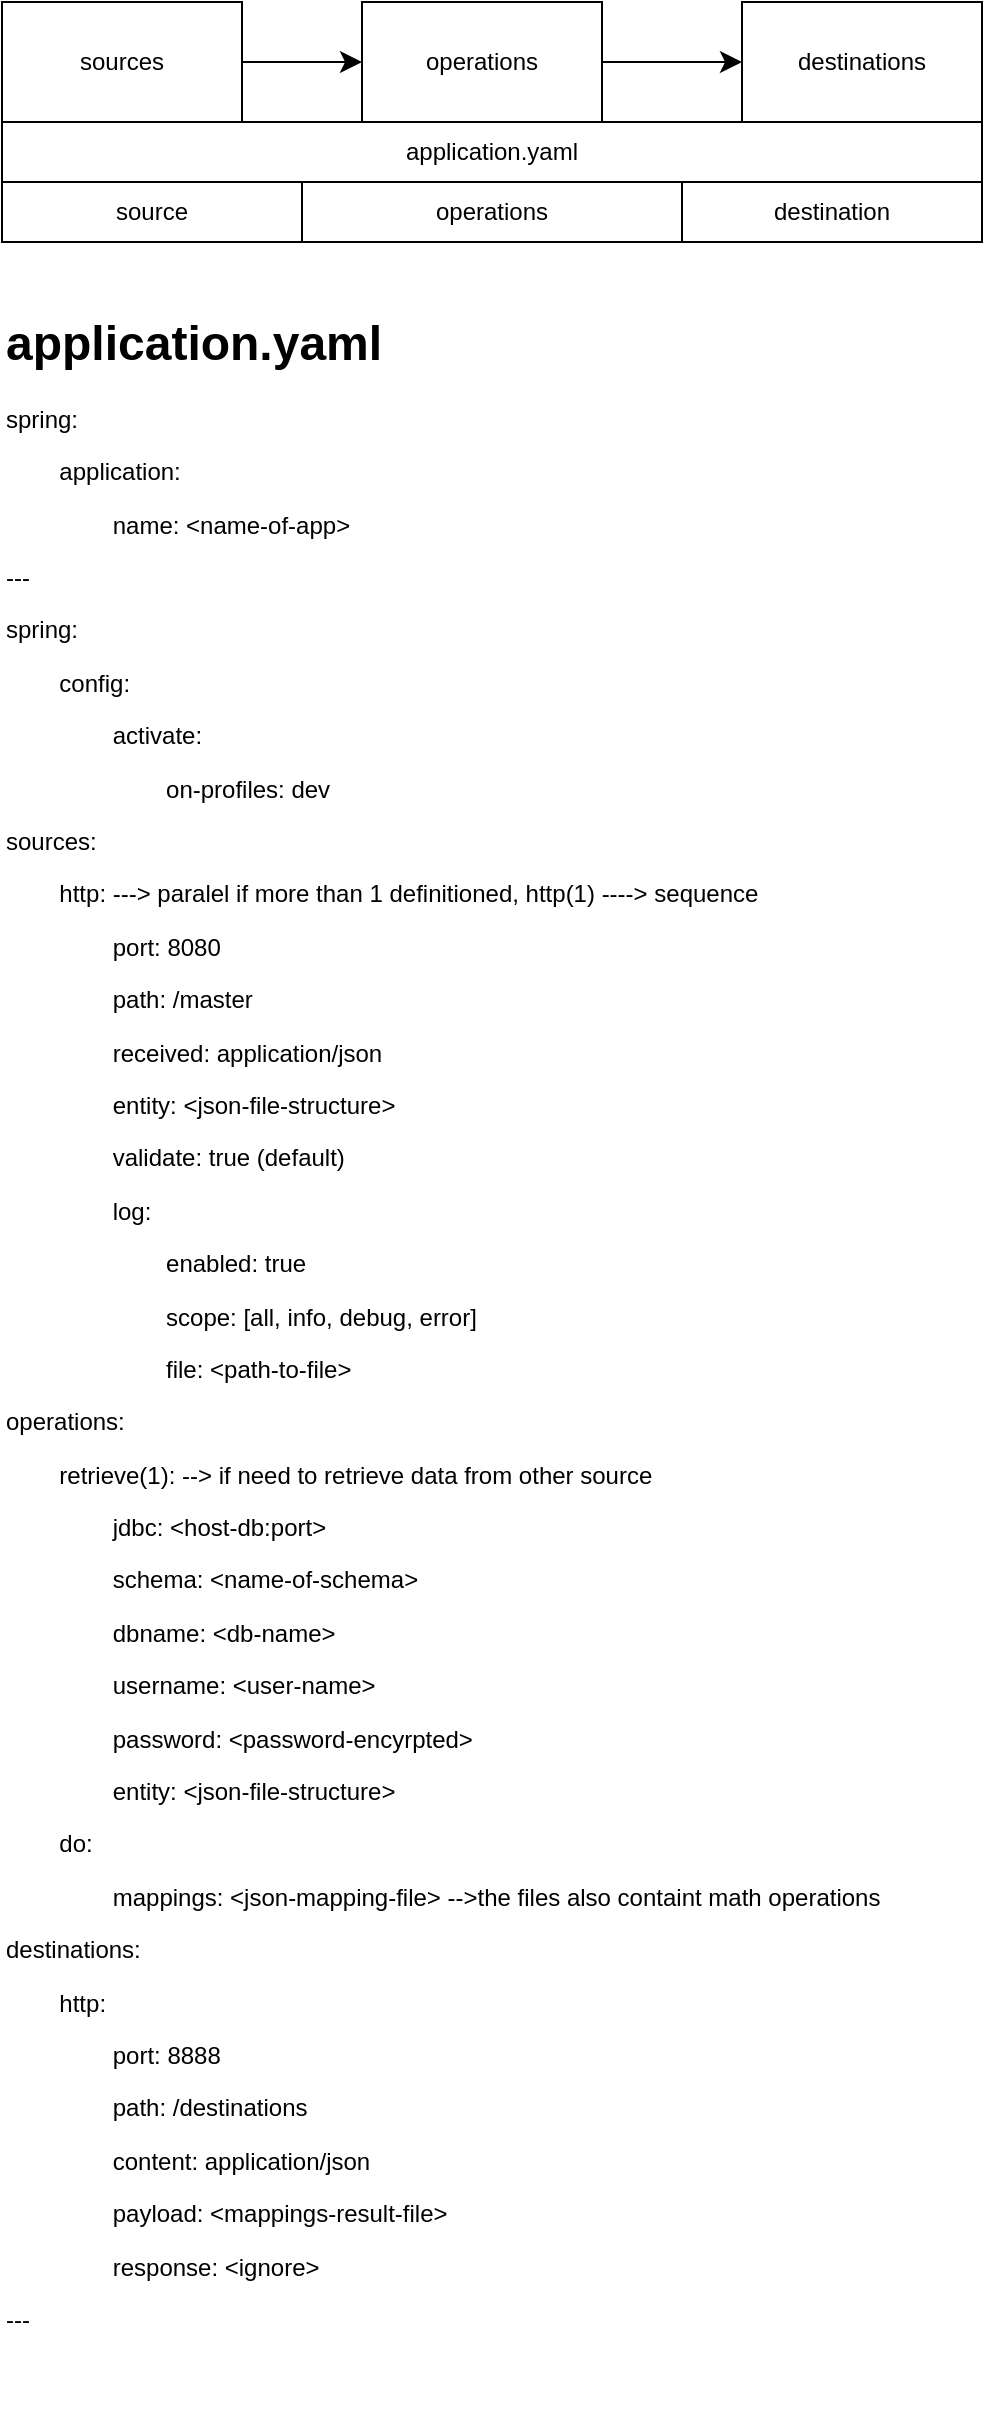
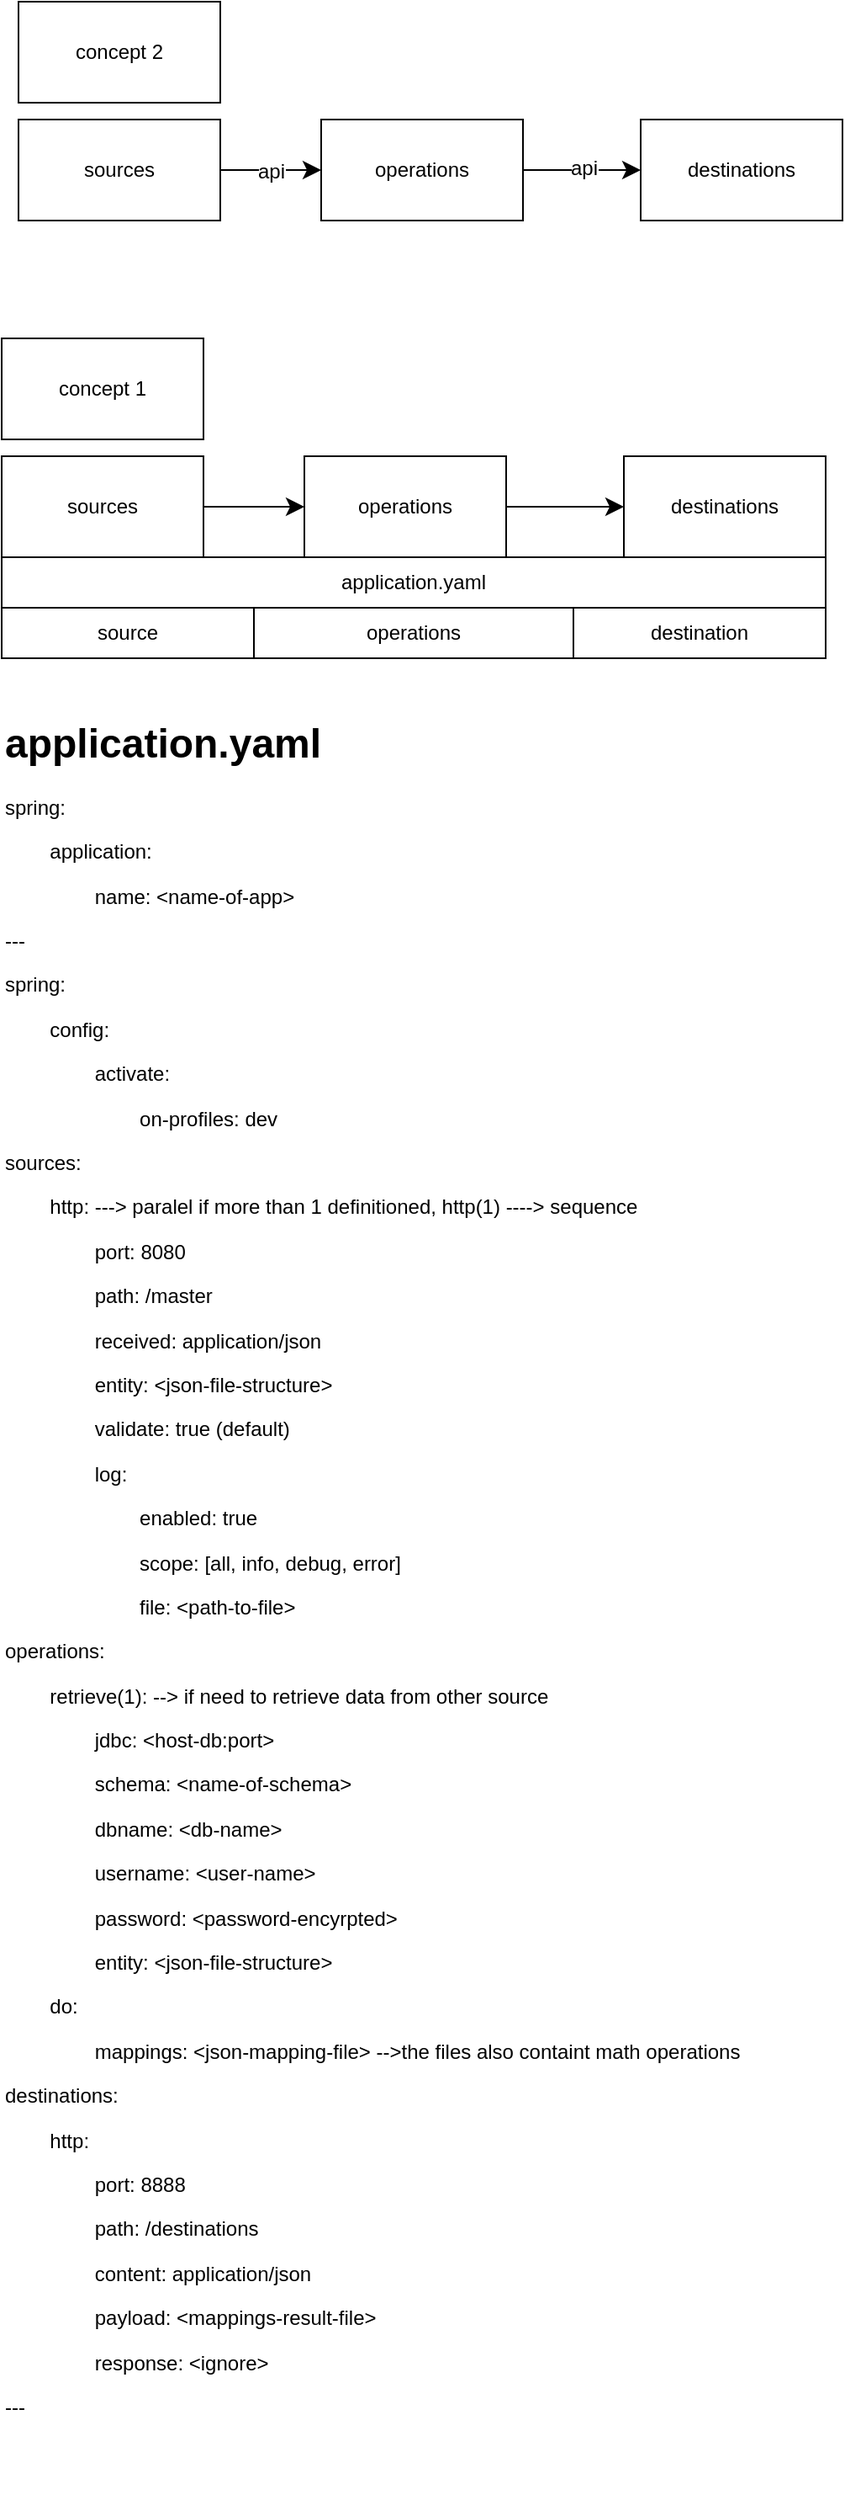
<mxfile host="app.diagrams.net">
  <diagram name="Page-1" id="lVCeAQP5J8Vv2JuceWTL">
    <mxGraphModel dx="781" dy="543" grid="1" gridSize="10" guides="1" tooltips="1" connect="1" arrows="1" fold="1" page="1" pageScale="1" pageWidth="850" pageHeight="1100" math="0" shadow="0">
      <root>
        <mxCell id="0" />
        <mxCell id="emXdRVptBhWksskM6nTK-1" parent="0" />
        <mxCell id="1wBVQuu6lKLwp-CfQ4V7-0" edge="1" parent="emXdRVptBhWksskM6nTK-1" source="emXdRVptBhWksskM6nTK-2" style="edgeStyle=none;curved=1;rounded=0;orthogonalLoop=1;jettySize=auto;html=1;fontSize=12;startSize=8;endSize=8;" target="emXdRVptBhWksskM6nTK-3" value="">
          <mxGeometry relative="1" as="geometry" />
        </mxCell>
        <mxCell id="emXdRVptBhWksskM6nTK-2" parent="emXdRVptBhWksskM6nTK-1" style="rounded=0;whiteSpace=wrap;html=1;" value="sources" vertex="1">
          <mxGeometry height="60" width="120" x="90" y="300" as="geometry" />
        </mxCell>
        <mxCell id="1wBVQuu6lKLwp-CfQ4V7-1" edge="1" parent="emXdRVptBhWksskM6nTK-1" source="emXdRVptBhWksskM6nTK-3" style="edgeStyle=none;curved=1;rounded=0;orthogonalLoop=1;jettySize=auto;html=1;fontSize=12;startSize=8;endSize=8;" target="emXdRVptBhWksskM6nTK-5" value="">
          <mxGeometry relative="1" as="geometry" />
        </mxCell>
        <mxCell id="1wBVQuu6lKLwp-CfQ4V7-2" edge="1" parent="emXdRVptBhWksskM6nTK-1" source="emXdRVptBhWksskM6nTK-3" style="edgeStyle=none;curved=1;rounded=0;orthogonalLoop=1;jettySize=auto;html=1;fontSize=12;startSize=8;endSize=8;" target="emXdRVptBhWksskM6nTK-5" value="">
          <mxGeometry relative="1" as="geometry" />
        </mxCell>
        <mxCell id="1wBVQuu6lKLwp-CfQ4V7-3" edge="1" parent="emXdRVptBhWksskM6nTK-1" source="emXdRVptBhWksskM6nTK-3" style="edgeStyle=none;curved=1;rounded=0;orthogonalLoop=1;jettySize=auto;html=1;entryX=0;entryY=0.5;entryDx=0;entryDy=0;fontSize=12;startSize=8;endSize=8;" target="emXdRVptBhWksskM6nTK-4">
          <mxGeometry relative="1" as="geometry" />
        </mxCell>
        <mxCell id="emXdRVptBhWksskM6nTK-3" parent="emXdRVptBhWksskM6nTK-1" style="rounded=0;whiteSpace=wrap;html=1;" value="operations" vertex="1">
          <mxGeometry height="60" width="120" x="270" y="300" as="geometry" />
        </mxCell>
        <mxCell id="emXdRVptBhWksskM6nTK-4" parent="emXdRVptBhWksskM6nTK-1" style="rounded=0;whiteSpace=wrap;html=1;" value="destinations" vertex="1">
          <mxGeometry height="60" width="120" x="460" y="300" as="geometry" />
        </mxCell>
        <mxCell id="emXdRVptBhWksskM6nTK-5" parent="emXdRVptBhWksskM6nTK-1" style="rounded=0;whiteSpace=wrap;html=1;" value="application.yaml" vertex="1">
          <mxGeometry height="30" width="490" x="90" y="360" as="geometry" />
        </mxCell>
        <mxCell id="emXdRVptBhWksskM6nTK-6" parent="emXdRVptBhWksskM6nTK-1" style="rounded=0;whiteSpace=wrap;html=1;" value="source" vertex="1">
          <mxGeometry height="30" width="150" x="90" y="390" as="geometry" />
        </mxCell>
        <mxCell id="emXdRVptBhWksskM6nTK-7" parent="emXdRVptBhWksskM6nTK-1" style="rounded=0;whiteSpace=wrap;html=1;" value="operations" vertex="1">
          <mxGeometry height="30" width="190" x="240" y="390" as="geometry" />
        </mxCell>
        <mxCell id="emXdRVptBhWksskM6nTK-8" parent="emXdRVptBhWksskM6nTK-1" style="rounded=0;whiteSpace=wrap;html=1;" value="destination" vertex="1">
          <mxGeometry height="30" width="150" x="430" y="390" as="geometry" />
        </mxCell>
        <mxCell id="1wBVQuu6lKLwp-CfQ4V7-4" parent="emXdRVptBhWksskM6nTK-1" style="text;html=1;whiteSpace=wrap;overflow=hidden;rounded=0;" value="&lt;h1 style=&quot;margin-top: 0px;&quot;&gt;application.yaml&lt;/h1&gt;&lt;p&gt;spring:&lt;/p&gt;&lt;p&gt;&lt;span style=&quot;background-color: transparent; color: light-dark(rgb(0, 0, 0), rgb(255, 255, 255));&quot;&gt;&lt;span style=&quot;white-space: pre;&quot;&gt;&#x9;&lt;/span&gt;application:&lt;/span&gt;&lt;/p&gt;&lt;p&gt;&lt;span style=&quot;white-space: pre;&quot;&gt;&#x9;&lt;span style=&quot;white-space: pre;&quot;&gt;&#x9;&lt;/span&gt;&lt;/span&gt;name: &amp;lt;name-of-app&amp;gt;&lt;/p&gt;&lt;p&gt;---&lt;/p&gt;&lt;p&gt;spring:&lt;/p&gt;&lt;p&gt;&lt;span style=&quot;white-space: pre;&quot;&gt;&#x9;&lt;/span&gt;config:&lt;br&gt;&lt;/p&gt;&lt;p&gt;&lt;span style=&quot;white-space: pre;&quot;&gt;&#x9;&lt;/span&gt;&lt;span style=&quot;white-space: pre;&quot;&gt;&#x9;&lt;/span&gt;activate:&lt;br&gt;&lt;/p&gt;&lt;p&gt;&lt;span style=&quot;white-space: pre;&quot;&gt;&#x9;&lt;/span&gt;&lt;span style=&quot;white-space: pre;&quot;&gt;&#x9;&lt;/span&gt;&lt;span style=&quot;white-space: pre;&quot;&gt;&#x9;&lt;/span&gt;on-profiles: dev&lt;br&gt;&lt;/p&gt;&lt;p&gt;sources:&lt;/p&gt;&lt;p&gt;&lt;span style=&quot;white-space: pre;&quot;&gt;&#x9;&lt;/span&gt;http: ---&amp;gt; paralel if more than 1 definitioned, http(1) ----&amp;gt; sequence&lt;br&gt;&lt;/p&gt;&lt;p&gt;&lt;span style=&quot;white-space: pre;&quot;&gt;&#x9;&lt;/span&gt;&lt;span style=&quot;white-space: pre;&quot;&gt;&#x9;&lt;/span&gt;port: 8080&lt;br&gt;&lt;/p&gt;&lt;p&gt;&lt;span style=&quot;white-space: pre;&quot;&gt;&#x9;&lt;/span&gt;&lt;span style=&quot;white-space: pre;&quot;&gt;&#x9;&lt;/span&gt;path: /master&lt;br&gt;&lt;/p&gt;&lt;p&gt;&lt;span style=&quot;white-space: pre;&quot;&gt;&#x9;&lt;/span&gt;&lt;span style=&quot;white-space: pre;&quot;&gt;&#x9;&lt;/span&gt;received: application/json&lt;br&gt;&lt;/p&gt;&lt;p&gt;&lt;span style=&quot;white-space: pre;&quot;&gt;&#x9;&lt;/span&gt;&lt;span style=&quot;white-space: pre;&quot;&gt;&#x9;&lt;/span&gt;entity: &amp;lt;json-file-structure&amp;gt;&lt;br&gt;&lt;/p&gt;&lt;p&gt;&lt;span style=&quot;white-space: pre;&quot;&gt;&#x9;&lt;/span&gt;&lt;span style=&quot;white-space: pre;&quot;&gt;&#x9;&lt;/span&gt;validate: true (default)&lt;br&gt;&lt;/p&gt;&lt;p&gt;&lt;span style=&quot;white-space: pre;&quot;&gt;&#x9;&lt;/span&gt;&lt;span style=&quot;white-space: pre;&quot;&gt;&#x9;&lt;/span&gt;log:&lt;br&gt;&lt;/p&gt;&lt;p&gt;&lt;span style=&quot;white-space: pre;&quot;&gt;&#x9;&lt;/span&gt;&lt;span style=&quot;white-space: pre;&quot;&gt;&#x9;&lt;/span&gt;&lt;span style=&quot;white-space: pre;&quot;&gt;&#x9;&lt;/span&gt;enabled: true&lt;br&gt;&lt;/p&gt;&lt;p&gt;&lt;span style=&quot;white-space: pre;&quot;&gt;&#x9;&lt;/span&gt;&lt;span style=&quot;white-space: pre;&quot;&gt;&#x9;&lt;/span&gt;&lt;span style=&quot;white-space: pre;&quot;&gt;&#x9;&lt;/span&gt;scope: [all, info, debug, error]&lt;br&gt;&lt;/p&gt;&lt;p&gt;&lt;span style=&quot;white-space: pre;&quot;&gt;&#x9;&lt;/span&gt;&lt;span style=&quot;white-space: pre;&quot;&gt;&#x9;&lt;/span&gt;&lt;span style=&quot;white-space: pre;&quot;&gt;&#x9;&lt;/span&gt;file: &amp;lt;path-to-file&amp;gt;&lt;br&gt;&lt;/p&gt;&lt;p&gt;operations:&lt;/p&gt;&lt;p&gt;&lt;span style=&quot;white-space: pre;&quot;&gt;&#x9;&lt;/span&gt;retrieve(1): --&amp;gt; if need to retrieve data from other source&lt;br&gt;&lt;/p&gt;&lt;p&gt;&lt;span style=&quot;white-space: pre;&quot;&gt;&#x9;&lt;/span&gt;&lt;span style=&quot;white-space: pre;&quot;&gt;&#x9;&lt;/span&gt;jdbc: &amp;lt;host-db:port&amp;gt;&lt;br&gt;&lt;/p&gt;&lt;p&gt;&lt;span style=&quot;white-space: pre;&quot;&gt;&#x9;&lt;/span&gt;&lt;span style=&quot;white-space: pre;&quot;&gt;&#x9;&lt;/span&gt;schema: &amp;lt;name-of-schema&amp;gt;&lt;br&gt;&lt;/p&gt;&lt;p&gt;&lt;span style=&quot;white-space: pre;&quot;&gt;&#x9;&lt;/span&gt;&lt;span style=&quot;white-space: pre;&quot;&gt;&#x9;&lt;/span&gt;dbname: &amp;lt;db-name&amp;gt;&lt;br&gt;&lt;/p&gt;&lt;p&gt;&lt;span style=&quot;white-space: pre;&quot;&gt;&#x9;&lt;/span&gt;&lt;span style=&quot;white-space: pre;&quot;&gt;&#x9;&lt;/span&gt;username: &amp;lt;user-name&amp;gt;&lt;br&gt;&lt;/p&gt;&lt;p&gt;&lt;span style=&quot;white-space: pre;&quot;&gt;&#x9;&lt;/span&gt;&lt;span style=&quot;white-space: pre;&quot;&gt;&#x9;&lt;/span&gt;password: &amp;lt;password-encyrpted&amp;gt;&lt;br&gt;&lt;/p&gt;&lt;p&gt;&lt;span style=&quot;white-space: pre;&quot;&gt;&#x9;&lt;/span&gt;&lt;span style=&quot;white-space: pre;&quot;&gt;&#x9;&lt;/span&gt;entity: &amp;lt;json-file-structure&amp;gt;&lt;br&gt;&lt;/p&gt;&lt;p&gt;&lt;span style=&quot;white-space: pre;&quot;&gt;&#x9;&lt;/span&gt;do:&lt;br&gt;&lt;/p&gt;&lt;p&gt;&lt;span style=&quot;white-space: pre;&quot;&gt;&#x9;&lt;/span&gt;&lt;span style=&quot;white-space: pre;&quot;&gt;&#x9;&lt;/span&gt;mappings: &amp;lt;json-mapping-file&amp;gt; --&amp;gt;the files also containt math operations&lt;br&gt;&lt;/p&gt;&lt;p&gt;destinations:&lt;/p&gt;&lt;p&gt;&lt;span style=&quot;white-space: pre;&quot;&gt;&#x9;&lt;/span&gt;http:&lt;br&gt;&lt;/p&gt;&lt;p&gt;&lt;span style=&quot;white-space: pre;&quot;&gt;&#x9;&lt;/span&gt;&lt;span style=&quot;white-space: pre;&quot;&gt;&#x9;&lt;/span&gt;port: 8888&lt;br&gt;&lt;/p&gt;&lt;p&gt;&lt;span style=&quot;white-space: pre;&quot;&gt;&#x9;&lt;/span&gt;&lt;span style=&quot;white-space: pre;&quot;&gt;&#x9;&lt;/span&gt;path: /destinations&lt;br&gt;&lt;/p&gt;&lt;p&gt;&lt;span style=&quot;white-space: pre;&quot;&gt;&#x9;&lt;/span&gt;&lt;span style=&quot;white-space: pre;&quot;&gt;&#x9;&lt;/span&gt;content: application/json&lt;br&gt;&lt;/p&gt;&lt;p&gt;&lt;span style=&quot;white-space: pre;&quot;&gt;&#x9;&lt;/span&gt;&lt;span style=&quot;white-space: pre;&quot;&gt;&#x9;&lt;/span&gt;payload: &amp;lt;mappings-result-file&amp;gt;&lt;br&gt;&lt;/p&gt;&lt;p&gt;&lt;span style=&quot;white-space: pre;&quot;&gt;&#x9;&lt;/span&gt;&lt;span style=&quot;white-space: pre;&quot;&gt;&#x9;&lt;/span&gt;response: &amp;lt;ignore&amp;gt;&lt;br&gt;&lt;/p&gt;&lt;p&gt;---&lt;/p&gt;" vertex="1">
          <mxGeometry height="1060" width="480" x="90" y="450" as="geometry" />
        </mxCell>
+         <mxCell id="1wBVQuu6lKLwp-CfQ4V7-5" parent="emXdRVptBhWksskM6nTK-1" style="rounded=0;whiteSpace=wrap;html=1;" value="concept 1" vertex="1">
+           <mxGeometry height="60" width="120" x="90" y="230" as="geometry" />
+         </mxCell>
+         <mxCell id="1wBVQuu6lKLwp-CfQ4V7-6" edge="1" parent="emXdRVptBhWksskM6nTK-1" source="1wBVQuu6lKLwp-CfQ4V7-7" style="edgeStyle=none;curved=1;rounded=0;orthogonalLoop=1;jettySize=auto;html=1;fontSize=12;startSize=8;endSize=8;" target="1wBVQuu6lKLwp-CfQ4V7-11" value="">
+           <mxGeometry relative="1" as="geometry" />
+         </mxCell>
+         <mxCell id="1wBVQuu6lKLwp-CfQ4V7-14" connectable="0" parent="1wBVQuu6lKLwp-CfQ4V7-6" style="edgeLabel;html=1;align=center;verticalAlign=middle;resizable=0;points=[];fontSize=12;" value="api" vertex="1">
+           <mxGeometry relative="1" x="-0.0158" y="-1" as="geometry">
+             <mxPoint as="offset" />
+           </mxGeometry>
+         </mxCell>
+         <mxCell id="1wBVQuu6lKLwp-CfQ4V7-7" parent="emXdRVptBhWksskM6nTK-1" style="rounded=0;whiteSpace=wrap;html=1;" value="sources" vertex="1">
+           <mxGeometry height="60" width="120" x="100" y="100" as="geometry" />
+         </mxCell>
+         <mxCell id="1wBVQuu6lKLwp-CfQ4V7-8" edge="1" parent="emXdRVptBhWksskM6nTK-1" source="1wBVQuu6lKLwp-CfQ4V7-11" style="edgeStyle=none;curved=1;rounded=0;orthogonalLoop=1;jettySize=auto;html=1;fontSize=12;startSize=8;endSize=8;" value="">
+           <mxGeometry relative="1" as="geometry">
+             <mxPoint x="343" y="160" as="targetPoint" />
+           </mxGeometry>
+         </mxCell>
+         <mxCell id="1wBVQuu6lKLwp-CfQ4V7-9" edge="1" parent="emXdRVptBhWksskM6nTK-1" source="1wBVQuu6lKLwp-CfQ4V7-11" style="edgeStyle=none;curved=1;rounded=0;orthogonalLoop=1;jettySize=auto;html=1;fontSize=12;startSize=8;endSize=8;" value="">
+           <mxGeometry relative="1" as="geometry">
+             <mxPoint x="343" y="160" as="targetPoint" />
+           </mxGeometry>
+         </mxCell>
+         <mxCell id="1wBVQuu6lKLwp-CfQ4V7-10" edge="1" parent="emXdRVptBhWksskM6nTK-1" source="1wBVQuu6lKLwp-CfQ4V7-11" style="edgeStyle=none;curved=1;rounded=0;orthogonalLoop=1;jettySize=auto;html=1;entryX=0;entryY=0.5;entryDx=0;entryDy=0;fontSize=12;startSize=8;endSize=8;" target="1wBVQuu6lKLwp-CfQ4V7-12">
+           <mxGeometry relative="1" as="geometry" />
+         </mxCell>
+         <mxCell id="1wBVQuu6lKLwp-CfQ4V7-15" connectable="0" parent="1wBVQuu6lKLwp-CfQ4V7-10" style="edgeLabel;html=1;align=center;verticalAlign=middle;resizable=0;points=[];fontSize=12;" value="api" vertex="1">
+           <mxGeometry relative="1" x="0.0241" y="1" as="geometry">
+             <mxPoint as="offset" />
+           </mxGeometry>
+         </mxCell>
+         <mxCell id="1wBVQuu6lKLwp-CfQ4V7-11" parent="emXdRVptBhWksskM6nTK-1" style="rounded=0;whiteSpace=wrap;html=1;" value="operations" vertex="1">
+           <mxGeometry height="60" width="120" x="280" y="100" as="geometry" />
+         </mxCell>
+         <mxCell id="1wBVQuu6lKLwp-CfQ4V7-12" parent="emXdRVptBhWksskM6nTK-1" style="rounded=0;whiteSpace=wrap;html=1;" value="destinations" vertex="1">
+           <mxGeometry height="60" width="120" x="470" y="100" as="geometry" />
+         </mxCell>
+         <mxCell id="1wBVQuu6lKLwp-CfQ4V7-13" parent="emXdRVptBhWksskM6nTK-1" style="rounded=0;whiteSpace=wrap;html=1;" value="concept 2" vertex="1">
+           <mxGeometry height="60" width="120" x="100" y="30" as="geometry" />
+         </mxCell>
      </root>
    </mxGraphModel>
  </diagram>
</mxfile>
